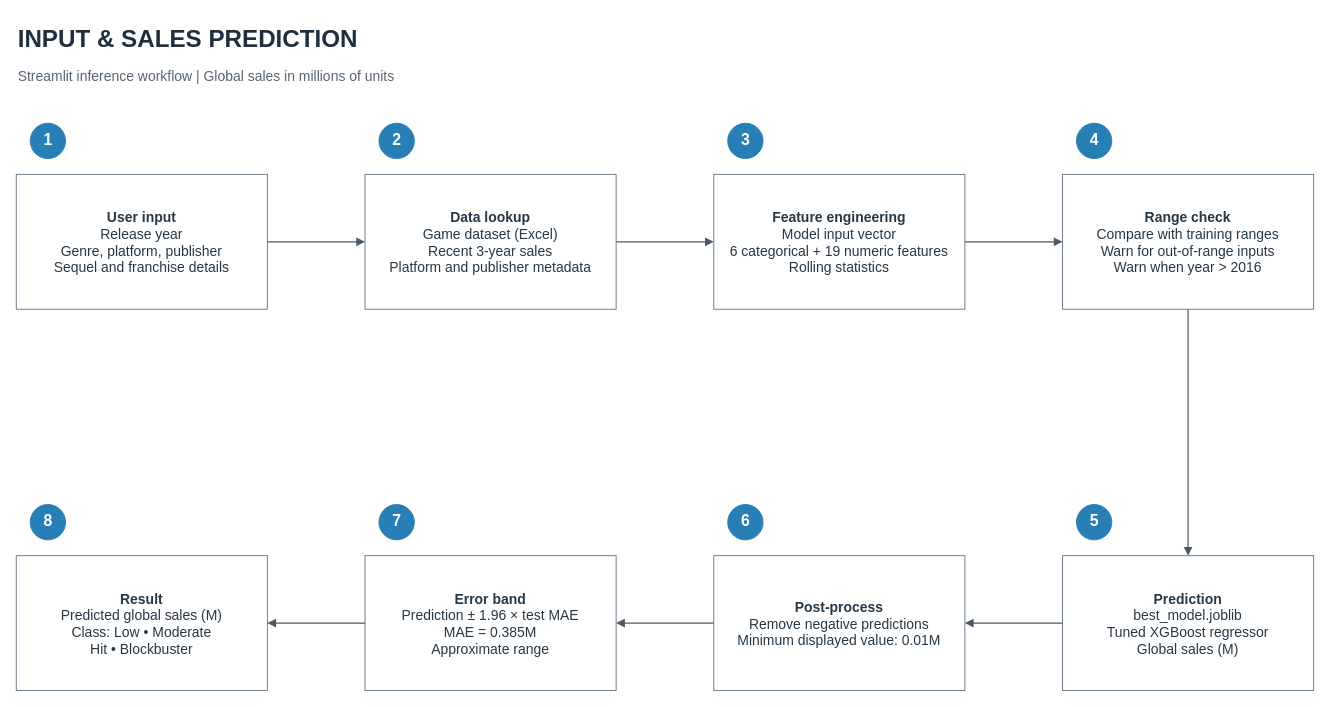
This is page "2. Input and Prediction" (2 of 2) of pipeline.drawio from PhucTanNH/Video-Game-Global-Sales-Dashboard, a draw.io file, before an edit. Source tidied: cells renumbered, new cells numbered last; positions are measured from the earlier drawing's top-left corner, leaving out a move shared by most shapes. Both pictures are drawn from the tidied source at 93%, with x=0, y=0 at pixel (16, 16).
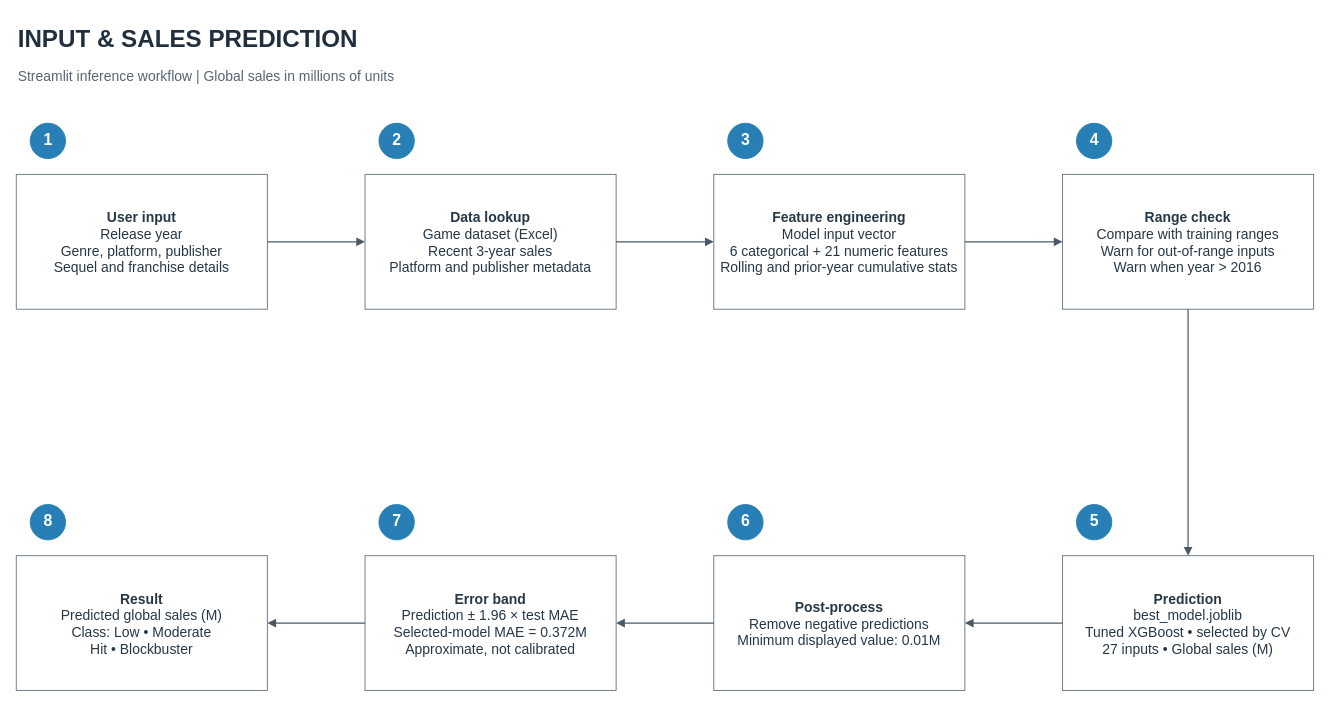
Above is the later version.

Diff of the diagram source:
```diff
@@
-    <mxCell id="9" value="&lt;b&gt;Feature engineering&lt;/b&gt;&lt;br&gt;Model input vector&lt;br&gt;6 categorical + 19 numeric features&lt;br&gt;Rolling statistics" style="rounded=0;whiteSpace=wrap;html=1;fillColor=#FFFFFF;strokeColor=#677786;strokeWidth=1;fontColor=#263746;fontSize=15;align=center;verticalAlign=middle;spacing=8;" parent="1" vertex="1">
+    <mxCell id="9" value="&lt;b&gt;Feature engineering&lt;/b&gt;&lt;br&gt;Model input vector&lt;br&gt;6 categorical + 21 numeric features&lt;br&gt;Rolling and prior-year cumulative stats" style="rounded=0;whiteSpace=wrap;html=1;fillColor=#FFFFFF;strokeColor=#677786;strokeWidth=1;fontColor=#263746;fontSize=15;align=center;verticalAlign=middle;spacing=8;" parent="1" vertex="1">
       <mxGeometry x="750" y="170" width="270" height="145" as="geometry" />
     </mxCell>
@@
-    <mxCell id="13" value="&lt;b&gt;Prediction&lt;/b&gt;&lt;br&gt;best_model.joblib&lt;br&gt;Tuned XGBoost regressor&lt;br&gt;Global sales (M)" style="rounded=0;whiteSpace=wrap;html=1;fillColor=#FFFFFF;strokeColor=#677786;strokeWidth=1;fontColor=#263746;fontSize=15;align=center;verticalAlign=middle;spacing=8;" parent="1" vertex="1">
+    <mxCell id="13" value="&lt;b&gt;Prediction&lt;/b&gt;&lt;br&gt;best_model.joblib&lt;br&gt;Tuned XGBoost • selected by CV&lt;br&gt;27 inputs • Global sales (M)" style="rounded=0;whiteSpace=wrap;html=1;fillColor=#FFFFFF;strokeColor=#677786;strokeWidth=1;fontColor=#263746;fontSize=15;align=center;verticalAlign=middle;spacing=8;" parent="1" vertex="1">
       <mxGeometry x="1125" y="580" width="270" height="145" as="geometry" />
     </mxCell>
@@
-    <mxCell id="17" value="&lt;b&gt;Error band&lt;/b&gt;&lt;br&gt;Prediction ± 1.96 × test MAE&lt;br&gt;MAE = 0.385M&lt;br&gt;Approximate range" style="rounded=0;whiteSpace=wrap;html=1;fillColor=#FFFFFF;strokeColor=#677786;strokeWidth=1;fontColor=#263746;fontSize=15;align=center;verticalAlign=middle;spacing=8;" parent="1" vertex="1">
+    <mxCell id="17" value="&lt;b&gt;Error band&lt;/b&gt;&lt;br&gt;Prediction ± 1.96 × test MAE&lt;br&gt;Selected-model MAE = 0.372M&lt;br&gt;Approximate, not calibrated" style="rounded=0;whiteSpace=wrap;html=1;fillColor=#FFFFFF;strokeColor=#677786;strokeWidth=1;fontColor=#263746;fontSize=15;align=center;verticalAlign=middle;spacing=8;" parent="1" vertex="1">
       <mxGeometry x="375" y="580" width="270" height="145" as="geometry" />
     </mxCell>
```
